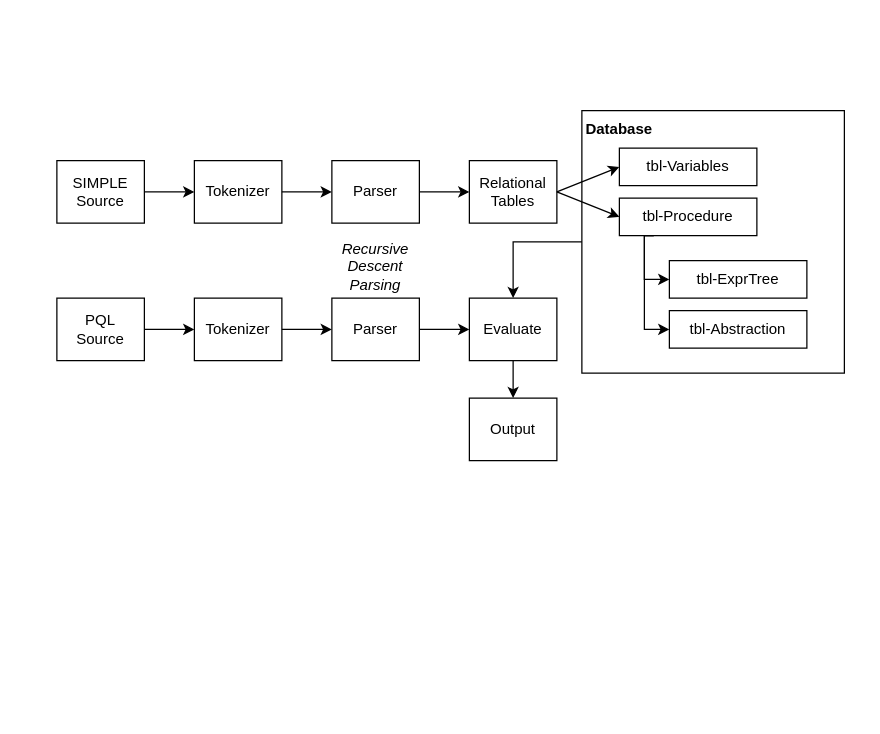
Earlier version of the draw.io diagram page "TopDesign" (1 of 4) of drawings/TopDesign.drawio (Release-the-Baby/Rtba2014). Source tidied: cells renumbered, new cells numbered last; positions are measured from the earlier drawing's top-left corner, leaving out a move shared by most shapes. Both pictures are drawn from the tidied source at 125%, with x=0, y=0 at pixel (56, 110).
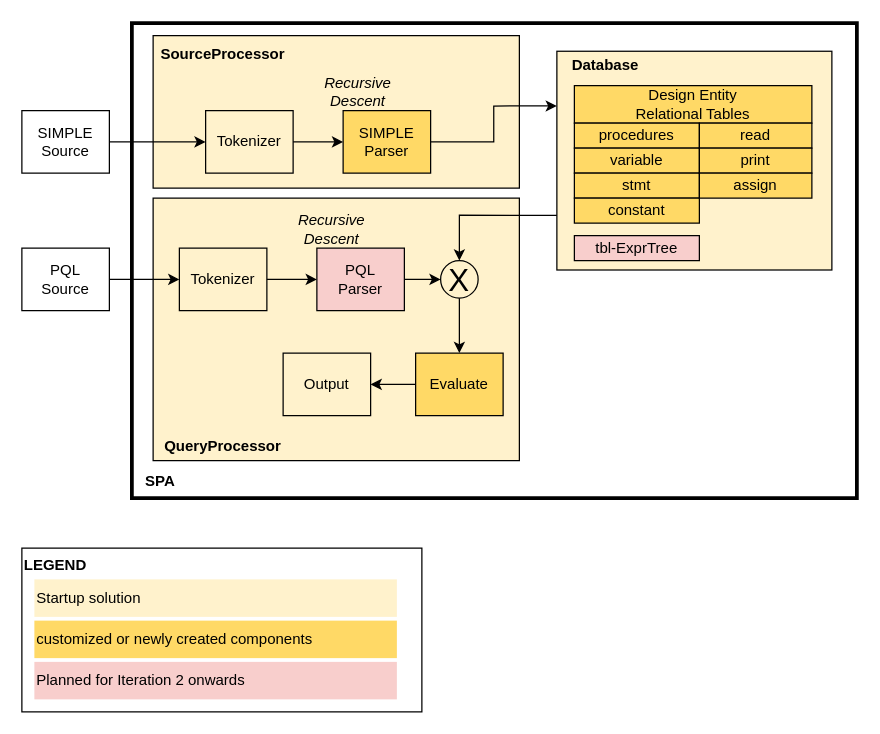
The same diagram, later.

Change to the diagram source:
```diff
@@
+    <mxCell id="30" value="LEGEND" style="rounded=0;whiteSpace=wrap;html=1;fillColor=none;fontStyle=1;align=left;verticalAlign=top;" parent="1" vertex="1">
+      <mxGeometry x="-28" y="350" width="320" height="131" as="geometry" />
+    </mxCell>
+    <mxCell id="31" style="rounded=0;whiteSpace=wrap;html=1;fontSize=25;fontColor=#000000;fillColor=none;strokeWidth=3;" parent="1" vertex="1">
+      <mxGeometry x="60" y="-70" width="580" height="380" as="geometry" />
+    </mxCell>
+    <mxCell id="32" style="rounded=0;whiteSpace=wrap;html=1;fontSize=25;fontColor=#000000;fillColor=#FFF2CC;" parent="1" vertex="1">
+      <mxGeometry x="77" y="70" width="293" height="210" as="geometry" />
+    </mxCell>
+    <mxCell id="33" style="rounded=0;whiteSpace=wrap;html=1;fontSize=25;fontColor=#000000;fillColor=#FFF2CC;" parent="1" vertex="1">
+      <mxGeometry x="400" y="-47.5" width="220" height="175" as="geometry" />
+    </mxCell>
+    <mxCell id="34" style="rounded=0;whiteSpace=wrap;html=1;fontSize=25;fontColor=#000000;fillColor=#FFF2CC;" parent="1" vertex="1">
+      <mxGeometry x="77" y="-60" width="293" height="122" as="geometry" />
+    </mxCell>
-    <mxCell id="2" value="&lt;div&gt;SIMPLE&lt;/div&gt;&lt;div&gt;Source&lt;br&gt;&lt;/div&gt;" style="rounded=0;whiteSpace=wrap;html=1;" parent="1" vertex="1">
-      <mxGeometry y="40" width="70" height="50" as="geometry" />
+    <mxCell id="2" value="&lt;div&gt;SIMPLE&lt;/div&gt;&lt;div&gt;Source&lt;br&gt;&lt;/div&gt;" style="rounded=0;whiteSpace=wrap;html=1;fillColor=none;" parent="1" vertex="1">
+      <mxGeometry x="-28" width="70" height="50" as="geometry" />
     </mxCell>
-    <mxCell id="3" value="Tokenizer" style="rounded=0;whiteSpace=wrap;html=1;" parent="1" vertex="1">
-      <mxGeometry x="110" y="40" width="70" height="50" as="geometry" />
+    <mxCell id="3" value="Tokenizer" style="rounded=0;whiteSpace=wrap;html=1;fillColor=#FFF2CC;" parent="1" vertex="1">
+      <mxGeometry x="119" width="70" height="50" as="geometry" />
     </mxCell>
+    <mxCell id="35" style="edgeStyle=orthogonalEdgeStyle;rounded=0;jettySize=auto;html=1;fontColor=#F8CECC;entryX=0;entryY=0.25;entryDx=0;entryDy=0;" parent="1" edge="1" source="4" target="33">
+      <mxGeometry relative="1" as="geometry" />
+    </mxCell>
-    <mxCell id="4" value="Parser" style="rounded=0;whiteSpace=wrap;html=1;" parent="1" vertex="1">
-      <mxGeometry x="220" y="40" width="70" height="50" as="geometry" />
+    <mxCell id="4" value="&lt;div&gt;SIMPLE&lt;/div&gt;&lt;div&gt;Parser&lt;/div&gt;" style="rounded=0;whiteSpace=wrap;html=1;fillColor=#FFD966;" parent="1" vertex="1">
+      <mxGeometry x="229" width="70" height="50" as="geometry" />
     </mxCell>
-    <mxCell id="5" value="&lt;div&gt;Relational&lt;/div&gt;&lt;div&gt;Tables&lt;br&gt;&lt;/div&gt;" style="rounded=0;whiteSpace=wrap;html=1;" parent="1" vertex="1">
-      <mxGeometry x="330" y="40" width="70" height="50" as="geometry" />
-    </mxCell>
-    <mxCell id="6" value="tbl-Procedure" style="rounded=0;whiteSpace=wrap;html=1;" parent="1" vertex="1">
-      <mxGeometry x="450" y="70" width="110" height="30" as="geometry" />
-    </mxCell>
-    <mxCell id="7" value="tbl-Variables" style="rounded=0;whiteSpace=wrap;html=1;" parent="1" vertex="1">
-      <mxGeometry x="450" y="30" width="110" height="30" as="geometry" />
-    </mxCell>
-    <mxCell id="8" value="tbl-ExprTree" style="rounded=0;whiteSpace=wrap;html=1;" parent="1" vertex="1">
-      <mxGeometry x="490" y="120" width="110" height="30" as="geometry" />
-    </mxCell>
-    <mxCell id="9" value="tbl-Abstraction" style="rounded=0;whiteSpace=wrap;html=1;" parent="1" vertex="1">
-      <mxGeometry x="490" y="160" width="110" height="30" as="geometry" />
-    </mxCell>
@@
-    <mxCell id="12" style="endArrow=classic;html=1;rounded=0;exitX=1;exitY=0.5;exitDx=0;exitDy=0;entryX=0;entryY=0.5;entryDx=0;entryDy=0;" parent="1" edge="1" source="4" target="5">
-      <mxGeometry relative="1" as="geometry" />
-    </mxCell>
-    <mxCell id="13" style="endArrow=classic;html=1;rounded=0;exitX=1;exitY=0.5;exitDx=0;exitDy=0;entryX=0;entryY=0.5;entryDx=0;entryDy=0;" parent="1" edge="1" source="5" target="7">
-      <mxGeometry relative="1" as="geometry" />
-    </mxCell>
-    <mxCell id="14" style="endArrow=classic;html=1;rounded=0;exitX=1;exitY=0.5;exitDx=0;exitDy=0;entryX=0;entryY=0.5;entryDx=0;entryDy=0;" parent="1" edge="1" source="5" target="6">
-      <mxGeometry relative="1" as="geometry" />
-    </mxCell>
-    <mxCell id="15" style="edgeStyle=elbowEdgeStyle;elbow=horizontal;endArrow=classic;html=1;rounded=0;exitX=0.25;exitY=1;exitDx=0;exitDy=0;entryX=0;entryY=0.5;entryDx=0;entryDy=0;" parent="1" edge="1" source="6" target="8">
-      <mxGeometry relative="1" as="geometry">
-        <Array as="points">
-          <mxPoint x="470" y="120" />
-        </Array>
-      </mxGeometry>
-    </mxCell>
-    <mxCell id="16" style="edgeStyle=elbowEdgeStyle;elbow=horizontal;endArrow=classic;html=1;rounded=0;exitX=0.25;exitY=1;exitDx=0;exitDy=0;entryX=0;entryY=0.5;entryDx=0;entryDy=0;" parent="1" edge="1" source="6" target="9">
-      <mxGeometry relative="1" as="geometry">
-        <Array as="points">
-          <mxPoint x="470" y="140" />
-        </Array>
-      </mxGeometry>
-    </mxCell>
-    <mxCell id="17" value="&lt;div&gt;PQL&lt;/div&gt;&lt;div&gt;Source&lt;br&gt;&lt;/div&gt;" style="rounded=0;whiteSpace=wrap;html=1;" parent="1" vertex="1">
-      <mxGeometry y="150" width="70" height="50" as="geometry" />
+    <mxCell id="17" value="&lt;div&gt;PQL&lt;/div&gt;&lt;div&gt;Source&lt;br&gt;&lt;/div&gt;" style="rounded=0;whiteSpace=wrap;html=1;fillColor=none;" parent="1" vertex="1">
+      <mxGeometry x="-28" y="110" width="70" height="50" as="geometry" />
     </mxCell>
-    <mxCell id="18" value="Tokenizer" style="rounded=0;whiteSpace=wrap;html=1;" parent="1" vertex="1">
-      <mxGeometry x="110" y="150" width="70" height="50" as="geometry" />
+    <mxCell id="18" value="Tokenizer" style="rounded=0;whiteSpace=wrap;html=1;fillColor=#FFF2CC;" parent="1" vertex="1">
+      <mxGeometry x="98" y="110" width="70" height="50" as="geometry" />
     </mxCell>
+    <mxCell id="36" style="edgeStyle=orthogonalEdgeStyle;rounded=0;jettySize=auto;html=1;fontColor=#F8CECC;entryX=0;entryY=0.5;entryDx=0;entryDy=0;" parent="1" edge="1" source="19" target="39">
+      <mxGeometry relative="1" as="geometry" />
+    </mxCell>
-    <mxCell id="19" value="Parser" style="rounded=0;whiteSpace=wrap;html=1;" parent="1" vertex="1">
-      <mxGeometry x="220" y="150" width="70" height="50" as="geometry" />
+    <mxCell id="19" value="PQL&lt;br&gt;Parser" style="rounded=0;whiteSpace=wrap;html=1;fillColor=#F8CECC;" parent="1" vertex="1">
+      <mxGeometry x="208" y="110" width="70" height="50" as="geometry" />
     </mxCell>
@@
-    <mxCell id="22" style="endArrow=classic;html=1;rounded=0;exitX=1;exitY=0.5;exitDx=0;exitDy=0;entryX=0;entryY=0.5;entryDx=0;entryDy=0;" parent="1" edge="1" source="19">
-      <mxGeometry relative="1" as="geometry">
-        <mxPoint x="330" y="175" as="targetPoint" />
-      </mxGeometry>
-    </mxCell>
@@
-    <mxCell id="24" value="Evaluate" style="rounded=0;whiteSpace=wrap;html=1;" parent="1" vertex="1">
-      <mxGeometry x="330" y="150" width="70" height="50" as="geometry" />
+    <mxCell id="24" value="Evaluate" style="rounded=0;whiteSpace=wrap;html=1;fillColor=#FFD966;" parent="1" vertex="1">
+      <mxGeometry x="287" y="194" width="70" height="50" as="geometry" />
     </mxCell>
-    <mxCell id="25" style="edgeStyle=orthogonalEdgeStyle;rounded=0;jettySize=auto;html=1;entryX=0.5;entryY=0;entryDx=0;entryDy=0;" parent="1" edge="1" source="26" target="24">
-      <mxGeometry relative="1" as="geometry" />
-    </mxCell>
-    <mxCell id="26" style="whiteSpace=wrap;html=1;fillColor=none;" parent="1" vertex="1">
-      <mxGeometry x="420" width="210" height="210" as="geometry" />
-    </mxCell>
-    <mxCell id="27" value="&lt;b&gt;Database&lt;/b&gt;" style="text;html=1;strokeColor=none;fillColor=none;align=center;verticalAlign=middle;whiteSpace=wrap;rounded=0;" parent="1" vertex="1">
-      <mxGeometry x="420" width="60" height="30" as="geometry" />
-    </mxCell>
-    <mxCell id="28" value="Output" style="rounded=0;whiteSpace=wrap;html=1;" parent="1" vertex="1">
-      <mxGeometry x="330" y="230" width="70" height="50" as="geometry" />
+    <mxCell id="28" value="Output" style="rounded=0;whiteSpace=wrap;html=1;fillColor=#FFF2CC;" parent="1" vertex="1">
+      <mxGeometry x="181" y="194" width="70" height="50" as="geometry" />
     </mxCell>
-    <mxCell id="29" value="&lt;div&gt;Recursive&lt;/div&gt;&lt;div&gt;Descent&lt;/div&gt;&lt;div&gt;Parsing&lt;br&gt;&lt;/div&gt;" style="text;html=1;strokeColor=none;fillColor=none;align=center;verticalAlign=middle;whiteSpace=wrap;rounded=0;fontStyle=2;" parent="1" vertex="1">
-      <mxGeometry x="225" y="110" width="60" height="30" as="geometry" />
+    <mxCell id="29" value="&lt;div&gt;Recursive&lt;/div&gt;&lt;div&gt;Descent&lt;/div&gt;" style="text;html=1;strokeColor=none;fillColor=none;align=center;verticalAlign=middle;whiteSpace=wrap;rounded=0;fontStyle=2;" parent="1" vertex="1">
+      <mxGeometry x="211" y="-30" width="60" height="30" as="geometry" />
     </mxCell>
+    <mxCell id="37" value="&lt;div&gt;Recursive&lt;/div&gt;&lt;div&gt;Descent&lt;/div&gt;" style="text;html=1;strokeColor=none;fillColor=none;align=center;verticalAlign=middle;whiteSpace=wrap;rounded=0;fontStyle=2;" parent="1" vertex="1">
+      <mxGeometry x="190" y="80" width="60" height="30" as="geometry" />
+    </mxCell>
+    <mxCell id="38" style="edgeStyle=orthogonalEdgeStyle;rounded=0;jettySize=auto;html=1;fontSize=25;fontColor=#000000;entryX=0.5;entryY=0;entryDx=0;entryDy=0;exitX=0.5;exitY=1;exitDx=0;exitDy=0;" parent="1" edge="1" source="39" target="24">
+      <mxGeometry relative="1" as="geometry" />
+    </mxCell>
+    <mxCell id="39" value="X" style="ellipse;whiteSpace=wrap;html=1;fontColor=#000000;fillColor=none;fontSize=25;" parent="1" vertex="1">
+      <mxGeometry x="307" y="120" width="30" height="30" as="geometry" />
+    </mxCell>
+    <mxCell id="40" style="edgeStyle=orthogonalEdgeStyle;rounded=0;jettySize=auto;html=1;fontColor=#F8CECC;exitX=0;exitY=0.75;exitDx=0;exitDy=0;entryX=0.5;entryY=0;entryDx=0;entryDy=0;" parent="1" edge="1" source="33" target="39">
+      <mxGeometry relative="1" as="geometry" />
+    </mxCell>
+    <mxCell id="41" value="SourceProcessor" style="text;html=1;strokeColor=none;fillColor=none;align=center;verticalAlign=middle;whiteSpace=wrap;rounded=0;fontStyle=1;" parent="1" vertex="1">
+      <mxGeometry x="103" y="-60" width="60" height="30" as="geometry" />
+    </mxCell>
+    <mxCell id="42" style="group;" parent="1" vertex="1">
+      <mxGeometry x="409" y="-51" width="195" height="171" as="geometry" />
+    </mxCell>
+    <mxCell id="5" value="Design Entity&lt;br&gt;&lt;div&gt;Relational Tables&lt;br&gt;&lt;/div&gt;" style="rounded=0;whiteSpace=wrap;html=1;fillColor=#FFD966;" parent="42" vertex="1">
+      <mxGeometry x="5" y="31" width="190" height="30" as="geometry" />
+    </mxCell>
+    <mxCell id="8" value="tbl-ExprTree" style="rounded=0;whiteSpace=wrap;html=1;fillColor=#F8CECC;" parent="42" vertex="1">
+      <mxGeometry x="5" y="151" width="100" height="20" as="geometry" />
+    </mxCell>
+    <mxCell id="27" value="&lt;b&gt;Database&lt;/b&gt;" style="text;html=1;strokeColor=none;fillColor=none;align=center;verticalAlign=middle;whiteSpace=wrap;rounded=0;" parent="42" vertex="1">
+      <mxGeometry width="60" height="30" as="geometry" />
+    </mxCell>
+    <mxCell id="43" value="procedures" style="rounded=0;whiteSpace=wrap;html=1;fillColor=#FFD966;" parent="42" vertex="1">
+      <mxGeometry x="5" y="61" width="100" height="20" as="geometry" />
+    </mxCell>
+    <mxCell id="44" value="variable" style="rounded=0;whiteSpace=wrap;html=1;fillColor=#FFD966;" parent="42" vertex="1">
+      <mxGeometry x="5" y="81" width="100" height="20" as="geometry" />
+    </mxCell>
+    <mxCell id="45" value="stmt" style="rounded=0;whiteSpace=wrap;html=1;fillColor=#FFD966;" parent="42" vertex="1">
+      <mxGeometry x="5" y="101" width="100" height="20" as="geometry" />
+    </mxCell>
+    <mxCell id="46" value="constant" style="rounded=0;whiteSpace=wrap;html=1;fillColor=#FFD966;" parent="42" vertex="1">
+      <mxGeometry x="5" y="121" width="100" height="20" as="geometry" />
+    </mxCell>
+    <mxCell id="47" value="read" style="rounded=0;whiteSpace=wrap;html=1;fillColor=#FFD966;" parent="42" vertex="1">
+      <mxGeometry x="105" y="61" width="90" height="20" as="geometry" />
+    </mxCell>
+    <mxCell id="48" value="print" style="rounded=0;whiteSpace=wrap;html=1;fillColor=#FFD966;" parent="42" vertex="1">
+      <mxGeometry x="105" y="81" width="90" height="20" as="geometry" />
+    </mxCell>
+    <mxCell id="49" value="assign" style="rounded=0;whiteSpace=wrap;html=1;fillColor=#FFD966;" parent="42" vertex="1">
+      <mxGeometry x="105" y="101" width="90" height="20" as="geometry" />
+    </mxCell>
+    <mxCell id="50" value="QueryProcessor" style="text;html=1;strokeColor=none;fillColor=none;align=center;verticalAlign=middle;whiteSpace=wrap;rounded=0;fontStyle=1;" parent="1" vertex="1">
+      <mxGeometry x="103" y="254" width="60" height="30" as="geometry" />
+    </mxCell>
+    <mxCell id="51" value="SPA" style="text;html=1;strokeColor=none;fillColor=none;align=center;verticalAlign=middle;whiteSpace=wrap;rounded=0;fontStyle=1;" parent="1" vertex="1">
+      <mxGeometry x="53" y="282" width="60" height="30" as="geometry" />
+    </mxCell>
+    <mxCell id="52" value="&lt;div&gt;Startup solution&lt;br&gt;&lt;/div&gt;" style="rounded=0;whiteSpace=wrap;html=1;fillColor=#FFF2CC;strokeColor=none;align=left;" parent="1" vertex="1">
+      <mxGeometry x="-18" y="375" width="290" height="30" as="geometry" />
+    </mxCell>
+    <mxCell id="53" value="customized or newly created components" style="rounded=0;whiteSpace=wrap;html=1;fillColor=#FFD966;strokeColor=none;align=left;" parent="1" vertex="1">
+      <mxGeometry x="-18" y="408" width="290" height="30" as="geometry" />
+    </mxCell>
+    <mxCell id="54" value="Planned for Iteration 2 onwards" style="rounded=0;whiteSpace=wrap;html=1;fillColor=#F8CECC;strokeColor=none;align=left;" parent="1" vertex="1">
+      <mxGeometry x="-18" y="441" width="290" height="30" as="geometry" />
+    </mxCell>
```
